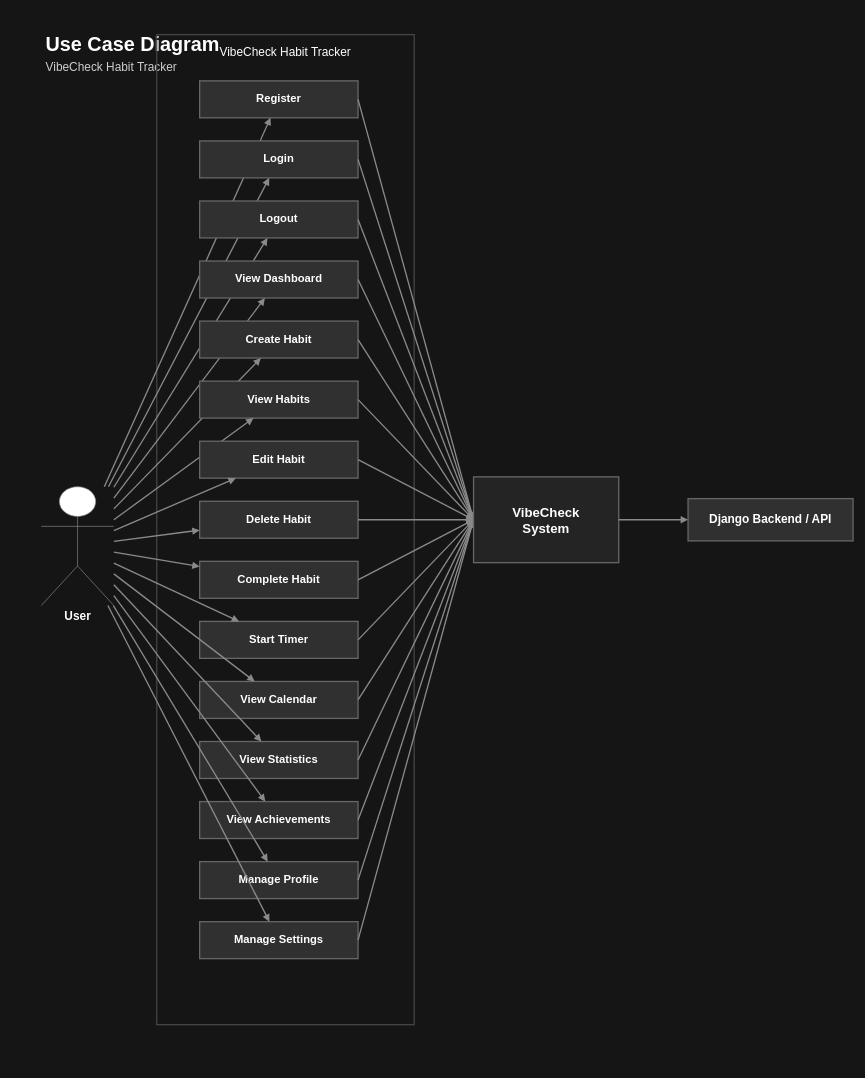
Earlier version of the draw.io diagram docs/diagrams/drawio/use-case-diagram.drawio (stellandegwa853/habittracker). Source tidied: cells renumbered, new cells numbered last; positions are measured from the earlier drawing's top-left corner, leaving out a move shared by most shapes. Both pictures are drawn from the tidied source at 66%, with x=0, y=0 at pixel (11, 11).
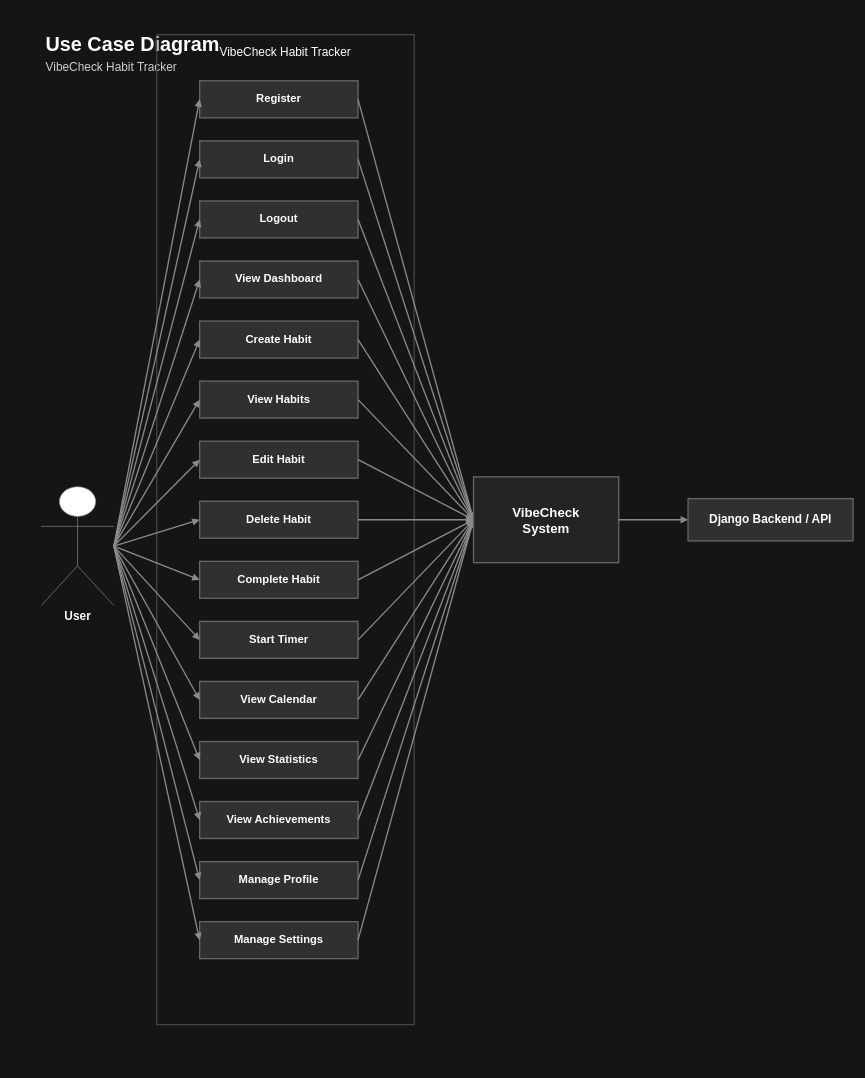
Above is the later version.

Commit message (it also covers changes not shown here):
Align use case actor links to left edges

The change refers to these unchanged cells:
```xml
<mxCell id="5" value="User" style="shape=umlActor;verticalLabelPosition=bottom;verticalAlign=top;html=1;outlineConnect=0;strokeColor=#8a8a8a;fontSize=18;fontStyle=1;fontColor=#ffffff;" parent="1" vertex="1">
  <mxGeometry x="45" y="720" width="110" height="180" as="geometry" />
</mxCell>
<mxCell id="7" value="Register" style="rounded=0;whiteSpace=wrap;html=1;fillColor=#303030;strokeColor=#666666;strokeWidth=2;fontColor=#ffffff;fontSize=17;spacing=10;align=center;verticalAlign=middle;fontStyle=1;" parent="1" vertex="1">
  <mxGeometry x="285" y="105" width="240" height="56" as="geometry" />
</mxCell>
<mxCell id="10" value="Login" style="rounded=0;whiteSpace=wrap;html=1;fillColor=#303030;strokeColor=#666666;strokeWidth=2;fontColor=#ffffff;fontSize=17;spacing=10;align=center;verticalAlign=middle;fontStyle=1;" parent="1" vertex="1">
  <mxGeometry x="285" y="196" width="240" height="56" as="geometry" />
</mxCell>
<mxCell id="13" value="Logout" style="rounded=0;whiteSpace=wrap;html=1;fillColor=#303030;strokeColor=#666666;strokeWidth=2;fontColor=#ffffff;fontSize=17;spacing=10;align=center;verticalAlign=middle;fontStyle=1;" parent="1" vertex="1">
  <mxGeometry x="285" y="287" width="240" height="56" as="geometry" />
</mxCell>
<mxCell id="16" value="View Dashboard" style="rounded=0;whiteSpace=wrap;html=1;fillColor=#303030;strokeColor=#666666;strokeWidth=2;fontColor=#ffffff;fontSize=17;spacing=10;align=center;verticalAlign=middle;fontStyle=1;" parent="1" vertex="1">
  <mxGeometry x="285" y="378" width="240" height="56" as="geometry" />
</mxCell>
<mxCell id="19" value="Create Habit" style="rounded=0;whiteSpace=wrap;html=1;fillColor=#303030;strokeColor=#666666;strokeWidth=2;fontColor=#ffffff;fontSize=17;spacing=10;align=center;verticalAlign=middle;fontStyle=1;" parent="1" vertex="1">
  <mxGeometry x="285" y="469" width="240" height="56" as="geometry" />
</mxCell>
<mxCell id="22" value="View Habits" style="rounded=0;whiteSpace=wrap;html=1;fillColor=#303030;strokeColor=#666666;strokeWidth=2;fontColor=#ffffff;fontSize=17;spacing=10;align=center;verticalAlign=middle;fontStyle=1;" parent="1" vertex="1">
  <mxGeometry x="285" y="560" width="240" height="56" as="geometry" />
</mxCell>
<mxCell id="25" value="Edit Habit" style="rounded=0;whiteSpace=wrap;html=1;fillColor=#303030;strokeColor=#666666;strokeWidth=2;fontColor=#ffffff;fontSize=17;spacing=10;align=center;verticalAlign=middle;fontStyle=1;" parent="1" vertex="1">
  <mxGeometry x="285" y="651" width="240" height="56" as="geometry" />
</mxCell>
<mxCell id="28" value="Delete Habit" style="rounded=0;whiteSpace=wrap;html=1;fillColor=#303030;strokeColor=#666666;strokeWidth=2;fontColor=#ffffff;fontSize=17;spacing=10;align=center;verticalAlign=middle;fontStyle=1;" parent="1" vertex="1">
  <mxGeometry x="285" y="742" width="240" height="56" as="geometry" />
</mxCell>
<mxCell id="31" value="Complete Habit" style="rounded=0;whiteSpace=wrap;html=1;fillColor=#303030;strokeColor=#666666;strokeWidth=2;fontColor=#ffffff;fontSize=17;spacing=10;align=center;verticalAlign=middle;fontStyle=1;" parent="1" vertex="1">
  <mxGeometry x="285" y="833" width="240" height="56" as="geometry" />
</mxCell>
<mxCell id="34" value="Start Timer" style="rounded=0;whiteSpace=wrap;html=1;fillColor=#303030;strokeColor=#666666;strokeWidth=2;fontColor=#ffffff;fontSize=17;spacing=10;align=center;verticalAlign=middle;fontStyle=1;" parent="1" vertex="1">
  <mxGeometry x="285" y="924" width="240" height="56" as="geometry" />
</mxCell>
<mxCell id="37" value="View Calendar" style="rounded=0;whiteSpace=wrap;html=1;fillColor=#303030;strokeColor=#666666;strokeWidth=2;fontColor=#ffffff;fontSize=17;spacing=10;align=center;verticalAlign=middle;fontStyle=1;" parent="1" vertex="1">
  <mxGeometry x="285" y="1015" width="240" height="56" as="geometry" />
</mxCell>
<mxCell id="40" value="View Statistics" style="rounded=0;whiteSpace=wrap;html=1;fillColor=#303030;strokeColor=#666666;strokeWidth=2;fontColor=#ffffff;fontSize=17;spacing=10;align=center;verticalAlign=middle;fontStyle=1;" parent="1" vertex="1">
  <mxGeometry x="285" y="1106" width="240" height="56" as="geometry" />
</mxCell>
<mxCell id="43" value="View Achievements" style="rounded=0;whiteSpace=wrap;html=1;fillColor=#303030;strokeColor=#666666;strokeWidth=2;fontColor=#ffffff;fontSize=17;spacing=10;align=center;verticalAlign=middle;fontStyle=1;" parent="1" vertex="1">
  <mxGeometry x="285" y="1197" width="240" height="56" as="geometry" />
</mxCell>
<mxCell id="46" value="Manage Profile" style="rounded=0;whiteSpace=wrap;html=1;fillColor=#303030;strokeColor=#666666;strokeWidth=2;fontColor=#ffffff;fontSize=17;spacing=10;align=center;verticalAlign=middle;fontStyle=1;" parent="1" vertex="1">
  <mxGeometry x="285" y="1288" width="240" height="56" as="geometry" />
</mxCell>
<mxCell id="49" value="Manage Settings" style="rounded=0;whiteSpace=wrap;html=1;fillColor=#303030;strokeColor=#666666;strokeWidth=2;fontColor=#ffffff;fontSize=17;spacing=10;align=center;verticalAlign=middle;fontStyle=1;" parent="1" vertex="1">
  <mxGeometry x="285" y="1379" width="240" height="56" as="geometry" />
</mxCell>
```

Change to the diagram source:
```diff
@@
-    <mxCell id="8" style="html=1;rounded=0;strokeColor=#8a8a8a;strokeWidth=2;fontColor=#ffffff;fontSize=15;labelBackgroundColor=#151515;endArrow=block;endFill=1;edgeStyle=none;" parent="1" edge="1" source="5" target="7">
+    <mxCell id="8" style="html=1;rounded=0;strokeColor=#8a8a8a;strokeWidth=2;fontColor=#ffffff;fontSize=15;labelBackgroundColor=#151515;endArrow=block;endFill=1;edgeStyle=none;exitX=1;exitY=0.5;entryX=0;entryY=0.5;entryPerimeter=0;" parent="1" edge="1" source="5" target="7">
       <mxGeometry relative="1" as="geometry" />
     </mxCell>
@@
-    <mxCell id="11" style="html=1;rounded=0;strokeColor=#8a8a8a;strokeWidth=2;fontColor=#ffffff;fontSize=15;labelBackgroundColor=#151515;endArrow=block;endFill=1;edgeStyle=none;" parent="1" edge="1" source="5" target="10">
+    <mxCell id="11" style="html=1;rounded=0;strokeColor=#8a8a8a;strokeWidth=2;fontColor=#ffffff;fontSize=15;labelBackgroundColor=#151515;endArrow=block;endFill=1;edgeStyle=none;exitX=1;exitY=0.5;entryX=0;entryY=0.5;entryPerimeter=0;" parent="1" edge="1" source="5" target="10">
       <mxGeometry relative="1" as="geometry" />
     </mxCell>
@@
-    <mxCell id="14" style="html=1;rounded=0;strokeColor=#8a8a8a;strokeWidth=2;fontColor=#ffffff;fontSize=15;labelBackgroundColor=#151515;endArrow=block;endFill=1;edgeStyle=none;" parent="1" edge="1" source="5" target="13">
+    <mxCell id="14" style="html=1;rounded=0;strokeColor=#8a8a8a;strokeWidth=2;fontColor=#ffffff;fontSize=15;labelBackgroundColor=#151515;endArrow=block;endFill=1;edgeStyle=none;exitX=1;exitY=0.5;entryX=0;entryY=0.5;entryPerimeter=0;" parent="1" edge="1" source="5" target="13">
       <mxGeometry relative="1" as="geometry" />
     </mxCell>
@@
-    <mxCell id="17" style="html=1;rounded=0;strokeColor=#8a8a8a;strokeWidth=2;fontColor=#ffffff;fontSize=15;labelBackgroundColor=#151515;endArrow=block;endFill=1;edgeStyle=none;" parent="1" edge="1" source="5" target="16">
+    <mxCell id="17" style="html=1;rounded=0;strokeColor=#8a8a8a;strokeWidth=2;fontColor=#ffffff;fontSize=15;labelBackgroundColor=#151515;endArrow=block;endFill=1;edgeStyle=none;exitX=1;exitY=0.5;entryX=0;entryY=0.5;entryPerimeter=0;" parent="1" edge="1" source="5" target="16">
       <mxGeometry relative="1" as="geometry" />
     </mxCell>
@@
-    <mxCell id="20" style="html=1;rounded=0;strokeColor=#8a8a8a;strokeWidth=2;fontColor=#ffffff;fontSize=15;labelBackgroundColor=#151515;endArrow=block;endFill=1;edgeStyle=none;" parent="1" edge="1" source="5" target="19">
+    <mxCell id="20" style="html=1;rounded=0;strokeColor=#8a8a8a;strokeWidth=2;fontColor=#ffffff;fontSize=15;labelBackgroundColor=#151515;endArrow=block;endFill=1;edgeStyle=none;exitX=1;exitY=0.5;entryX=0;entryY=0.5;entryPerimeter=0;" parent="1" edge="1" source="5" target="19">
       <mxGeometry relative="1" as="geometry" />
     </mxCell>
@@
-    <mxCell id="23" style="html=1;rounded=0;strokeColor=#8a8a8a;strokeWidth=2;fontColor=#ffffff;fontSize=15;labelBackgroundColor=#151515;endArrow=block;endFill=1;edgeStyle=none;" parent="1" edge="1" source="5" target="22">
+    <mxCell id="23" style="html=1;rounded=0;strokeColor=#8a8a8a;strokeWidth=2;fontColor=#ffffff;fontSize=15;labelBackgroundColor=#151515;endArrow=block;endFill=1;edgeStyle=none;exitX=1;exitY=0.5;entryX=0;entryY=0.5;entryPerimeter=0;" parent="1" edge="1" source="5" target="22">
       <mxGeometry relative="1" as="geometry" />
     </mxCell>
@@
-    <mxCell id="26" style="html=1;rounded=0;strokeColor=#8a8a8a;strokeWidth=2;fontColor=#ffffff;fontSize=15;labelBackgroundColor=#151515;endArrow=block;endFill=1;edgeStyle=none;" parent="1" edge="1" source="5" target="25">
+    <mxCell id="26" style="html=1;rounded=0;strokeColor=#8a8a8a;strokeWidth=2;fontColor=#ffffff;fontSize=15;labelBackgroundColor=#151515;endArrow=block;endFill=1;edgeStyle=none;exitX=1;exitY=0.5;entryX=0;entryY=0.5;entryPerimeter=0;" parent="1" edge="1" source="5" target="25">
       <mxGeometry relative="1" as="geometry" />
     </mxCell>
@@
-    <mxCell id="29" style="html=1;rounded=0;strokeColor=#8a8a8a;strokeWidth=2;fontColor=#ffffff;fontSize=15;labelBackgroundColor=#151515;endArrow=block;endFill=1;edgeStyle=none;" parent="1" edge="1" source="5" target="28">
+    <mxCell id="29" style="html=1;rounded=0;strokeColor=#8a8a8a;strokeWidth=2;fontColor=#ffffff;fontSize=15;labelBackgroundColor=#151515;endArrow=block;endFill=1;edgeStyle=none;exitX=1;exitY=0.5;entryX=0;entryY=0.5;entryPerimeter=0;" parent="1" edge="1" source="5" target="28">
       <mxGeometry relative="1" as="geometry" />
     </mxCell>
@@
-    <mxCell id="32" style="html=1;rounded=0;strokeColor=#8a8a8a;strokeWidth=2;fontColor=#ffffff;fontSize=15;labelBackgroundColor=#151515;endArrow=block;endFill=1;edgeStyle=none;" parent="1" edge="1" source="5" target="31">
+    <mxCell id="32" style="html=1;rounded=0;strokeColor=#8a8a8a;strokeWidth=2;fontColor=#ffffff;fontSize=15;labelBackgroundColor=#151515;endArrow=block;endFill=1;edgeStyle=none;exitX=1;exitY=0.5;entryX=0;entryY=0.5;entryPerimeter=0;" parent="1" edge="1" source="5" target="31">
       <mxGeometry relative="1" as="geometry" />
     </mxCell>
@@
-    <mxCell id="35" style="html=1;rounded=0;strokeColor=#8a8a8a;strokeWidth=2;fontColor=#ffffff;fontSize=15;labelBackgroundColor=#151515;endArrow=block;endFill=1;edgeStyle=none;" parent="1" edge="1" source="5" target="34">
+    <mxCell id="35" style="html=1;rounded=0;strokeColor=#8a8a8a;strokeWidth=2;fontColor=#ffffff;fontSize=15;labelBackgroundColor=#151515;endArrow=block;endFill=1;edgeStyle=none;exitX=1;exitY=0.5;entryX=0;entryY=0.5;entryPerimeter=0;" parent="1" edge="1" source="5" target="34">
       <mxGeometry relative="1" as="geometry" />
     </mxCell>
@@
-    <mxCell id="38" style="html=1;rounded=0;strokeColor=#8a8a8a;strokeWidth=2;fontColor=#ffffff;fontSize=15;labelBackgroundColor=#151515;endArrow=block;endFill=1;edgeStyle=none;" parent="1" edge="1" source="5" target="37">
+    <mxCell id="38" style="html=1;rounded=0;strokeColor=#8a8a8a;strokeWidth=2;fontColor=#ffffff;fontSize=15;labelBackgroundColor=#151515;endArrow=block;endFill=1;edgeStyle=none;exitX=1;exitY=0.5;entryX=0;entryY=0.5;entryPerimeter=0;" parent="1" edge="1" source="5" target="37">
       <mxGeometry relative="1" as="geometry" />
     </mxCell>
@@
-    <mxCell id="41" style="html=1;rounded=0;strokeColor=#8a8a8a;strokeWidth=2;fontColor=#ffffff;fontSize=15;labelBackgroundColor=#151515;endArrow=block;endFill=1;edgeStyle=none;" parent="1" edge="1" source="5" target="40">
+    <mxCell id="41" style="html=1;rounded=0;strokeColor=#8a8a8a;strokeWidth=2;fontColor=#ffffff;fontSize=15;labelBackgroundColor=#151515;endArrow=block;endFill=1;edgeStyle=none;exitX=1;exitY=0.5;entryX=0;entryY=0.5;entryPerimeter=0;" parent="1" edge="1" source="5" target="40">
       <mxGeometry relative="1" as="geometry" />
     </mxCell>
@@
-    <mxCell id="44" style="html=1;rounded=0;strokeColor=#8a8a8a;strokeWidth=2;fontColor=#ffffff;fontSize=15;labelBackgroundColor=#151515;endArrow=block;endFill=1;edgeStyle=none;" parent="1" edge="1" source="5" target="43">
+    <mxCell id="44" style="html=1;rounded=0;strokeColor=#8a8a8a;strokeWidth=2;fontColor=#ffffff;fontSize=15;labelBackgroundColor=#151515;endArrow=block;endFill=1;edgeStyle=none;exitX=1;exitY=0.5;entryX=0;entryY=0.5;entryPerimeter=0;" parent="1" edge="1" source="5" target="43">
       <mxGeometry relative="1" as="geometry" />
     </mxCell>
@@
-    <mxCell id="47" style="html=1;rounded=0;strokeColor=#8a8a8a;strokeWidth=2;fontColor=#ffffff;fontSize=15;labelBackgroundColor=#151515;endArrow=block;endFill=1;edgeStyle=none;" parent="1" edge="1" source="5" target="46">
+    <mxCell id="47" style="html=1;rounded=0;strokeColor=#8a8a8a;strokeWidth=2;fontColor=#ffffff;fontSize=15;labelBackgroundColor=#151515;endArrow=block;endFill=1;edgeStyle=none;exitX=1;exitY=0.5;entryX=0;entryY=0.5;entryPerimeter=0;" parent="1" edge="1" source="5" target="46">
       <mxGeometry relative="1" as="geometry" />
     </mxCell>
@@
-    <mxCell id="50" style="html=1;rounded=0;strokeColor=#8a8a8a;strokeWidth=2;fontColor=#ffffff;fontSize=15;labelBackgroundColor=#151515;endArrow=block;endFill=1;edgeStyle=none;" parent="1" edge="1" source="5" target="49">
+    <mxCell id="50" style="html=1;rounded=0;strokeColor=#8a8a8a;strokeWidth=2;fontColor=#ffffff;fontSize=15;labelBackgroundColor=#151515;endArrow=block;endFill=1;edgeStyle=none;exitX=1;exitY=0.5;entryX=0;entryY=0.5;entryPerimeter=0;" parent="1" edge="1" source="5" target="49">
       <mxGeometry relative="1" as="geometry" />
     </mxCell>
```
